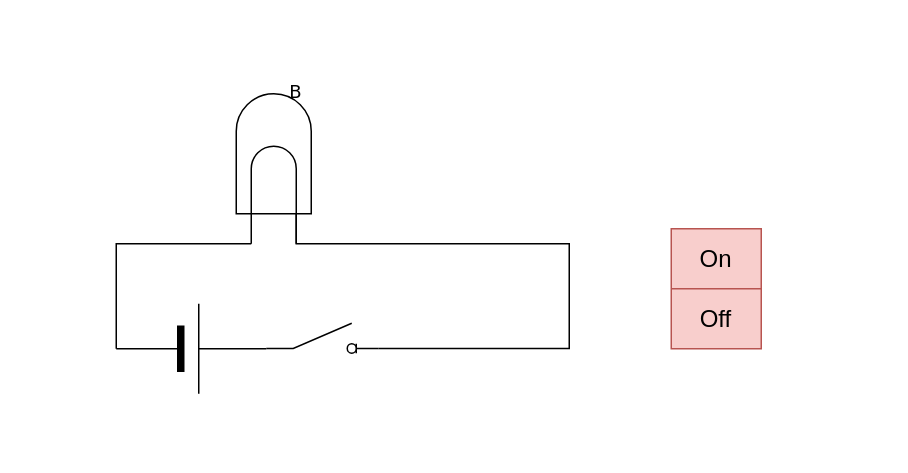
Earlier version of the draw.io diagram page "Single Switch" (1 of 3) of Untitled Diagram.drawio (saumitraj/pythonforschool). Source tidied: cells renumbered, new cells numbered last; positions are measured from the earlier drawing's top-left corner, leaving out a move shared by most shapes. Both pictures are drawn from the tidied source at 150%, with x=0, y=0 at pixel (116, 78).
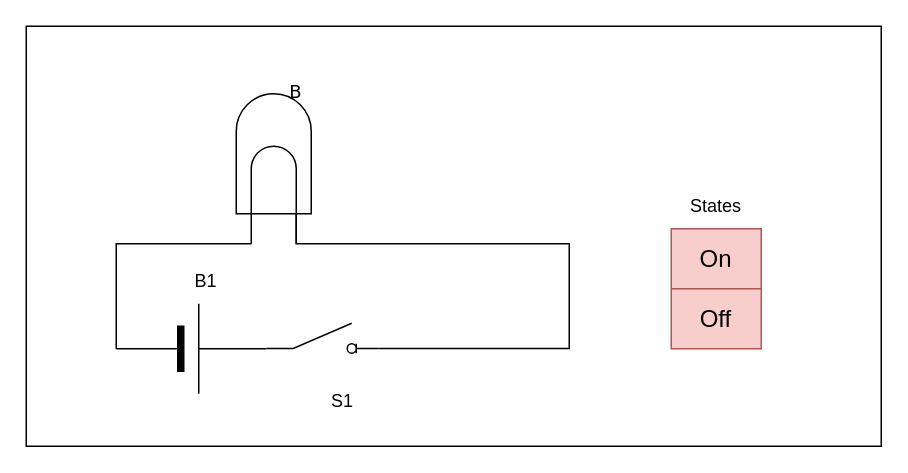
After the change.

The change refers to these unchanged cells:
```xml
<mxCell id="3" style="group;" parent="1" vertex="1">
  <mxGeometry width="302" height="210" as="geometry" />
</mxCell>
```

Diff of the diagram source:
```diff
@@
+    <mxCell id="15" style="rounded=0;whiteSpace=wrap;html=1;" parent="1" vertex="1">
+      <mxGeometry x="-60" y="-35" width="570" height="280" as="geometry" />
+    </mxCell>
     <mxCell id="2" style="edgeStyle=orthogonalEdgeStyle;rounded=0;html=1;exitX=0;exitY=0.5;exitPerimeter=0;labelBackgroundColor=none;startArrow=none;startFill=0;startSize=5;endArrow=none;endFill=0;endSize=5;jettySize=auto;orthogonalLoop=1;strokeWidth=1;fontFamily=Verdana;fontSize=12;" parent="1" edge="1">
       <mxGeometry relative="1" as="geometry">
-        <mxPoint x="132" y="260" as="sourcePoint" />
+        <mxPoint x="82" y="230" as="sourcePoint" />
         <Array as="points">
-          <mxPoint x="92" y="260" />
+          <mxPoint x="42" y="230" />
         </Array>
       </mxGeometry>
     </mxCell>
@@
+    <mxCell id="16" value="B1" style="text;html=1;align=center;verticalAlign=middle;whiteSpace=wrap;rounded=0;" parent="3" vertex="1">
+      <mxGeometry x="30" y="120" width="60" height="30" as="geometry" />
+    </mxCell>
@@
+    <mxCell id="17" value="S1" style="text;html=1;align=center;verticalAlign=middle;whiteSpace=wrap;rounded=0;" parent="1" vertex="1">
+      <mxGeometry x="121" y="200" width="60" height="30" as="geometry" />
+    </mxCell>
+    <mxCell id="18" value="States" style="text;html=1;align=center;verticalAlign=middle;whiteSpace=wrap;rounded=0;" parent="1" vertex="1">
+      <mxGeometry x="370" y="70" width="60" height="30" as="geometry" />
+    </mxCell>
```
